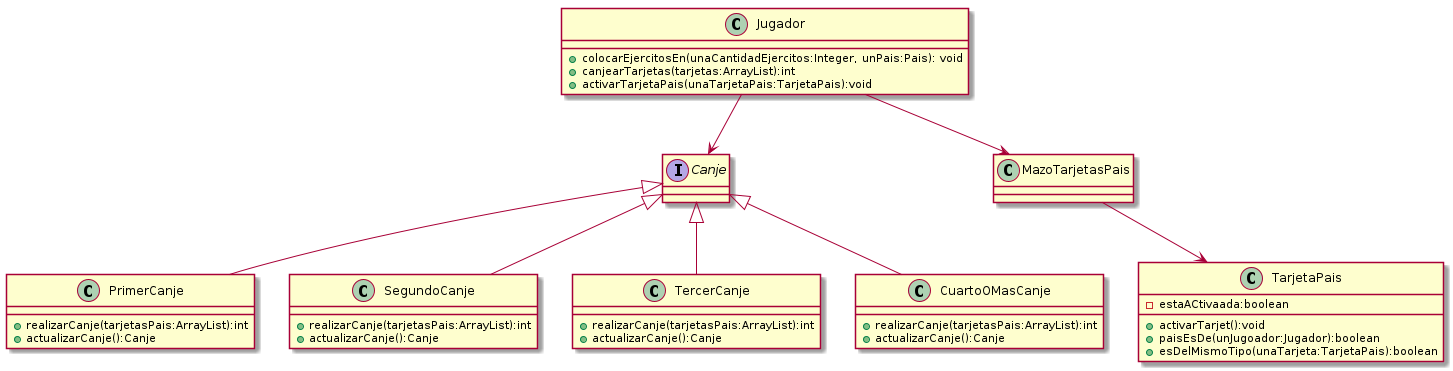
Above: src/main/diagramas_puml/DiagramaDeClasesJugador.png in Cristianfca197/altego (PlantUML), before the change.
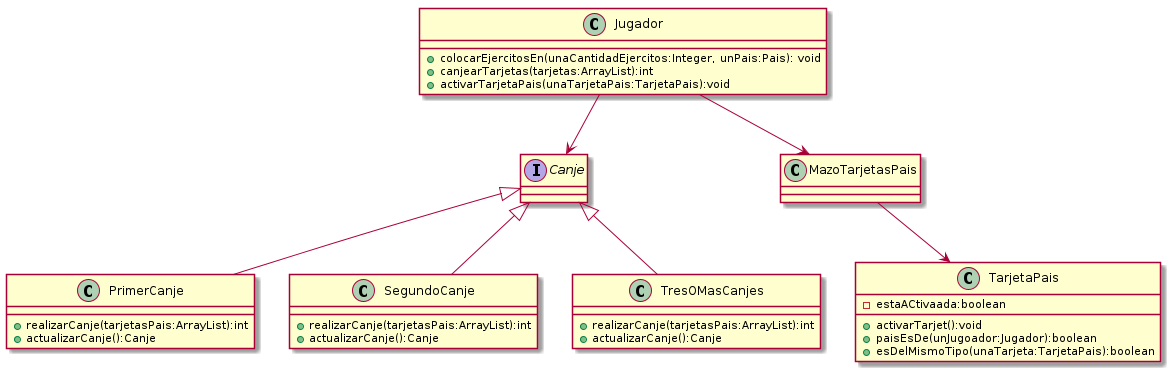
Above is the later version.

Commit message:
diagrama paquete

What changed in the source:
```diff
@@ -16,11 +16,7 @@
     + realizarCanje(tarjetasPais:ArrayList):int
     +actualizarCanje():Canje
 }
-class TercerCanje{
-    + realizarCanje(tarjetasPais:ArrayList):int
-    +actualizarCanje():Canje
-}
-class CuartoOMasCanje{
+class TresOMasCanjes{
     + realizarCanje(tarjetasPais:ArrayList):int
     +actualizarCanje():Canje
 }
@@ -34,8 +30,7 @@
 Jugador --> Canje
 Canje <|--PrimerCanje
 Canje <|--SegundoCanje
-Canje <|--TercerCanje
-Canje <|--CuartoOMasCanje
+Canje <|--TresOMasCanjes
 
 Jugador --> MazoTarjetasPais
 MazoTarjetasPais --> TarjetaPais
```
